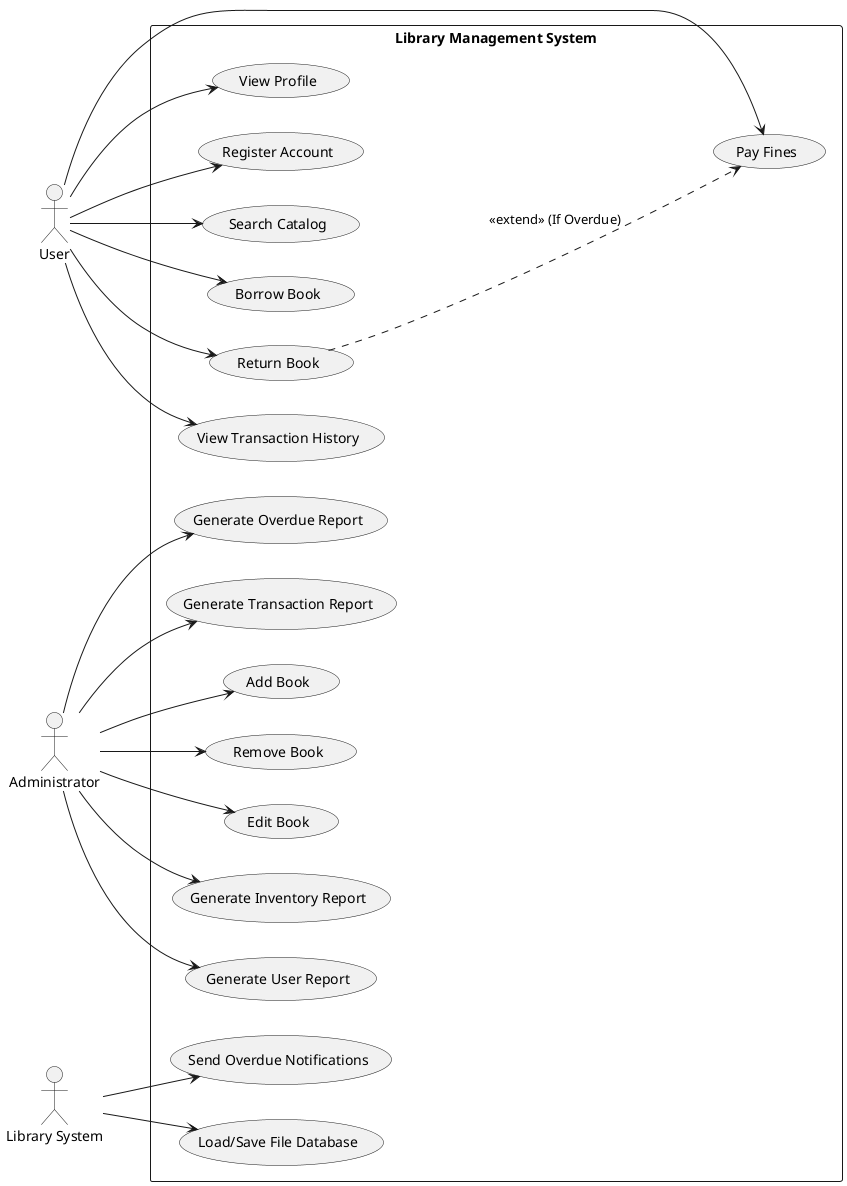
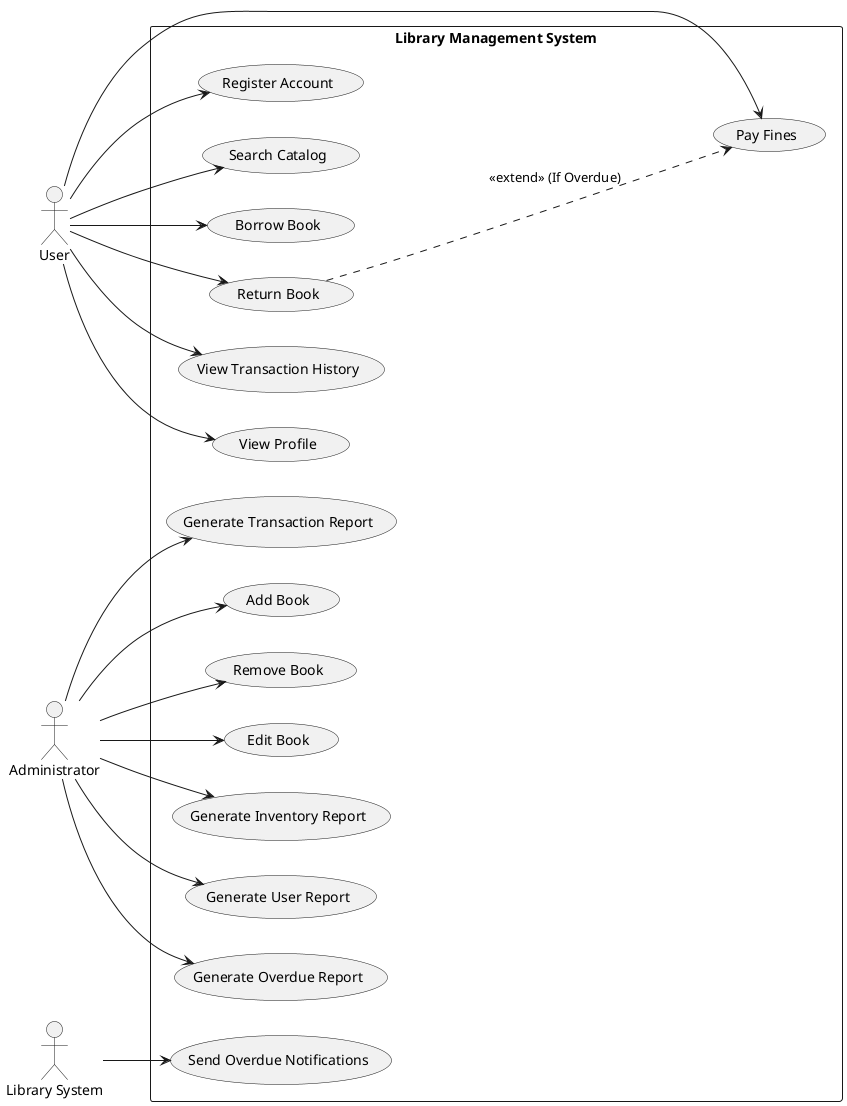
@startuml useCaseDiagram
left to right direction

actor "User" as U
actor "Administrator" as A
actor "Library System" as S

rectangle "Library Management System" {
  ' User Use Cases
  usecase "Register Account" as UC_Reg
  usecase "Search Catalog" as UC_Search
  usecase "Borrow Book" as UC_Borrow
  usecase "Return Book" as UC_Return
  usecase "View Transaction History" as UC_History
  usecase "Pay Fines" as UC_Pay
  usecase "View Profile" as UC_Profile

  ' Administrator Use Cases
  usecase "Add Book" as UC_Add
  usecase "Remove Book" as UC_Rem
  usecase "Edit Book" as UC_Edit
  usecase "Generate Inventory Report" as UC_InvRep
  usecase "Generate User Report" as UC_UserRep
  usecase "Generate Overdue Report" as UC_OverdueRep
  usecase "Generate Transaction Report" as UC_TxnRep

  ' System Use Cases
  usecase "Send Overdue Notifications" as UC_Notify
-   usecase "Load/Save File Database" as UC_Persist
}

' User interactions
U --> UC_Reg
U --> UC_Search
U --> UC_Borrow
U --> UC_Return
U --> UC_History
U --> UC_Pay
U --> UC_Profile

' Administrator interactions
A --> UC_Add
A --> UC_Rem
A --> UC_Edit
A --> UC_InvRep
A --> UC_UserRep
A --> UC_OverdueRep
A --> UC_TxnRep

' System interactions
S --> UC_Notify
- S --> UC_Persist

' Relationships
UC_Return ....> UC_Pay : <<extend>> (If Overdue)
@enduml